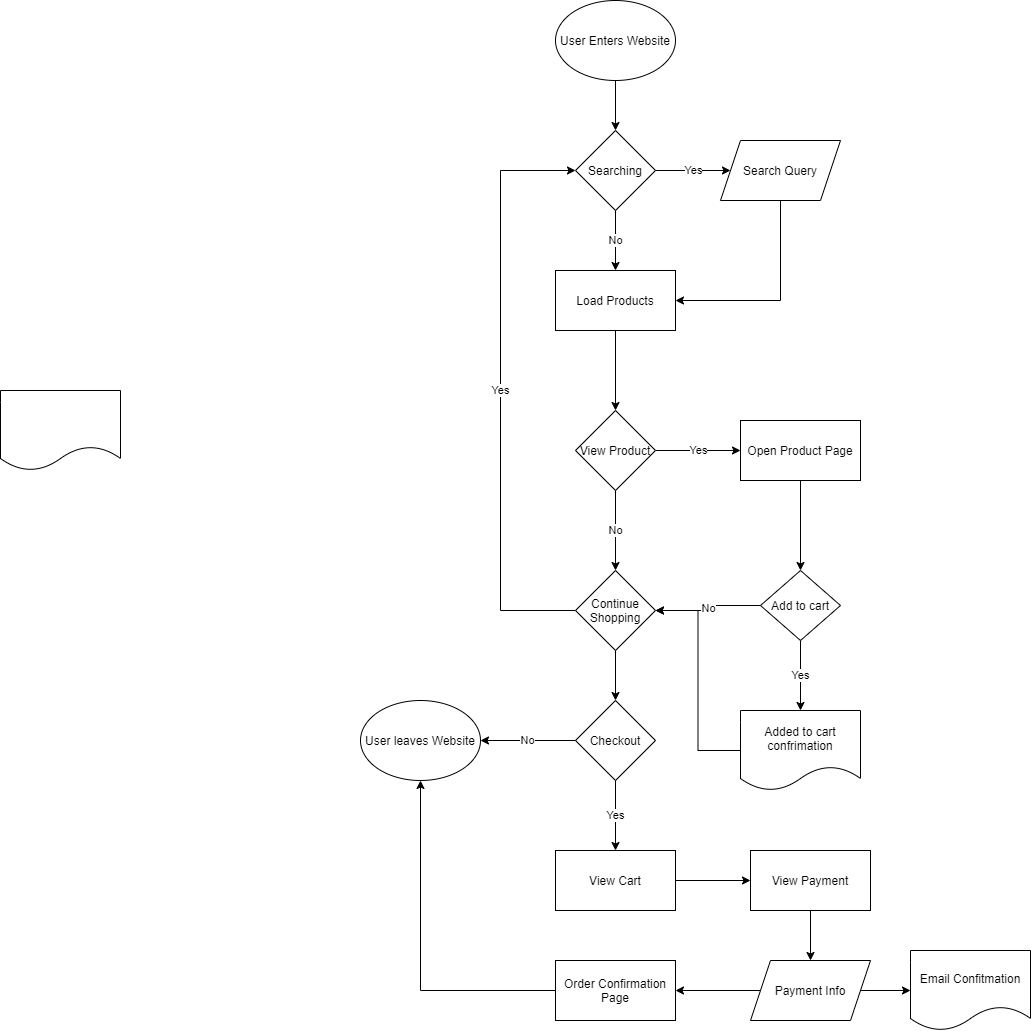
This is explore/diagramming/diagram.drawio.png from WanderingVagrant/fa21-cse110-lab4, a draw.io export, as it was before one commit. Source tidied: cells renumbered, new cells last; positions are measured from the earlier drawing's top-left corner, leaving out a move shared by most shapes. Its diagram source:
```xml
<mxGraphModel>
  <root>
    <mxCell id="0" />
    <mxCell id="1" parent="0" />
    <mxCell id="2" style="edgeStyle=orthogonalEdgeStyle;rounded=0;jettySize=auto;html=1;exitX=0.5;exitY=1;exitDx=0;exitDy=0;entryX=0.5;entryY=0;entryDx=0;entryDy=0;" parent="1" edge="1" source="3" target="6">
      <mxGeometry relative="1" as="geometry" />
    </mxCell>
    <mxCell id="3" value="User Enters Website" style="ellipse;whiteSpace=wrap;html=1;" parent="1" vertex="1">
      <mxGeometry x="555" width="120" height="80" as="geometry" />
    </mxCell>
    <mxCell id="4" value="Yes" style="edgeStyle=orthogonalEdgeStyle;rounded=0;jettySize=auto;html=1;exitX=1;exitY=0.5;exitDx=0;exitDy=0;entryX=0;entryY=0.5;entryDx=0;entryDy=0;" parent="1" edge="1" source="6" target="8">
      <mxGeometry relative="1" as="geometry" />
    </mxCell>
    <mxCell id="5" value="No" style="edgeStyle=orthogonalEdgeStyle;rounded=0;jettySize=auto;html=1;exitX=0.5;exitY=1;exitDx=0;exitDy=0;entryX=0.5;entryY=0;entryDx=0;entryDy=0;" parent="1" edge="1" source="6" target="13">
      <mxGeometry relative="1" as="geometry" />
    </mxCell>
    <mxCell id="6" value="Searching" style="rhombus;whiteSpace=wrap;html=1;" parent="1" vertex="1">
      <mxGeometry x="575" y="130" width="80" height="80" as="geometry" />
    </mxCell>
    <mxCell id="7" style="edgeStyle=orthogonalEdgeStyle;rounded=0;jettySize=auto;html=1;exitX=0.5;exitY=1;exitDx=0;exitDy=0;entryX=1;entryY=0.5;entryDx=0;entryDy=0;" parent="1" edge="1" source="8" target="13">
      <mxGeometry relative="1" as="geometry" />
    </mxCell>
    <mxCell id="8" value="Search Query" style="shape=parallelogram;perimeter=parallelogramPerimeter;whiteSpace=wrap;html=1;fixedSize=1;" parent="1" vertex="1">
      <mxGeometry x="720" y="140" width="120" height="60" as="geometry" />
    </mxCell>
    <mxCell id="9" value="No" style="edgeStyle=orthogonalEdgeStyle;rounded=0;jettySize=auto;html=1;exitX=0.5;exitY=1;exitDx=0;exitDy=0;entryX=0.5;entryY=0;entryDx=0;entryDy=0;" parent="1" edge="1" source="11" target="17">
      <mxGeometry relative="1" as="geometry" />
    </mxCell>
    <mxCell id="10" value="Yes" style="edgeStyle=orthogonalEdgeStyle;rounded=0;jettySize=auto;html=1;exitX=1;exitY=0.5;exitDx=0;exitDy=0;entryX=0;entryY=0.5;entryDx=0;entryDy=0;" parent="1" edge="1" source="11" target="19">
      <mxGeometry relative="1" as="geometry" />
    </mxCell>
    <mxCell id="11" value="View Product" style="rhombus;whiteSpace=wrap;html=1;" parent="1" vertex="1">
      <mxGeometry x="575" y="410" width="80" height="80" as="geometry" />
    </mxCell>
    <mxCell id="12" style="edgeStyle=orthogonalEdgeStyle;rounded=0;jettySize=auto;html=1;exitX=0.5;exitY=1;exitDx=0;exitDy=0;entryX=0.5;entryY=0;entryDx=0;entryDy=0;" parent="1" edge="1" source="13" target="11">
      <mxGeometry relative="1" as="geometry" />
    </mxCell>
    <mxCell id="13" value="Load Products" style="rounded=0;whiteSpace=wrap;html=1;" parent="1" vertex="1">
      <mxGeometry x="555" y="270" width="120" height="60" as="geometry" />
    </mxCell>
    <mxCell id="14" style="shape=document;whiteSpace=wrap;html=1;boundedLbl=1;" parent="1" vertex="1">
      <mxGeometry y="390" width="120" height="80" as="geometry" />
    </mxCell>
    <mxCell id="15" value="Yes" style="edgeStyle=orthogonalEdgeStyle;rounded=0;jettySize=auto;html=1;exitX=0;exitY=0.5;exitDx=0;exitDy=0;entryX=0;entryY=0.5;entryDx=0;entryDy=0;" parent="1" edge="1" source="17" target="6">
      <mxGeometry relative="1" as="geometry">
        <Array as="points">
          <mxPoint x="500" y="610" />
          <mxPoint x="500" y="170" />
        </Array>
      </mxGeometry>
    </mxCell>
    <mxCell id="16" style="edgeStyle=orthogonalEdgeStyle;rounded=0;jettySize=auto;html=1;exitX=0.5;exitY=1;exitDx=0;exitDy=0;" parent="1" edge="1" source="17" target="27">
      <mxGeometry relative="1" as="geometry" />
    </mxCell>
    <mxCell id="17" value="Continue Shopping" style="rhombus;whiteSpace=wrap;html=1;" parent="1" vertex="1">
      <mxGeometry x="575" y="570" width="80" height="80" as="geometry" />
    </mxCell>
    <mxCell id="18" style="edgeStyle=orthogonalEdgeStyle;rounded=0;jettySize=auto;html=1;entryX=0.5;entryY=0;entryDx=0;entryDy=0;" parent="1" edge="1" source="19" target="22">
      <mxGeometry relative="1" as="geometry" />
    </mxCell>
    <mxCell id="19" value="Open Product Page" style="rounded=0;whiteSpace=wrap;html=1;" parent="1" vertex="1">
      <mxGeometry x="740" y="420" width="120" height="60" as="geometry" />
    </mxCell>
    <mxCell id="20" value="No" style="edgeStyle=orthogonalEdgeStyle;rounded=0;jettySize=auto;html=1;exitX=0;exitY=0.5;exitDx=0;exitDy=0;entryX=1;entryY=0.5;entryDx=0;entryDy=0;" parent="1" edge="1" source="22" target="17">
      <mxGeometry relative="1" as="geometry" />
    </mxCell>
    <mxCell id="21" value="Yes" style="edgeStyle=orthogonalEdgeStyle;rounded=0;jettySize=auto;html=1;" parent="1" edge="1" source="22" target="24">
      <mxGeometry relative="1" as="geometry" />
    </mxCell>
    <mxCell id="22" value="Add to cart" style="rhombus;whiteSpace=wrap;html=1;" parent="1" vertex="1">
      <mxGeometry x="760" y="570" width="80" height="70" as="geometry" />
    </mxCell>
    <mxCell id="23" style="edgeStyle=orthogonalEdgeStyle;rounded=0;jettySize=auto;html=1;entryX=1;entryY=0.5;entryDx=0;entryDy=0;" parent="1" edge="1" source="24" target="17">
      <mxGeometry relative="1" as="geometry" />
    </mxCell>
    <mxCell id="24" value="Added to cart confrimation" style="shape=document;whiteSpace=wrap;html=1;boundedLbl=1;" parent="1" vertex="1">
      <mxGeometry x="740" y="710" width="120" height="80" as="geometry" />
    </mxCell>
    <mxCell id="25" value="No" style="edgeStyle=orthogonalEdgeStyle;rounded=0;jettySize=auto;html=1;exitX=0;exitY=0.5;exitDx=0;exitDy=0;" parent="1" edge="1" source="27" target="28">
      <mxGeometry relative="1" as="geometry" />
    </mxCell>
    <mxCell id="26" value="Yes" style="edgeStyle=orthogonalEdgeStyle;rounded=0;jettySize=auto;html=1;" parent="1" edge="1" source="27" target="30">
      <mxGeometry relative="1" as="geometry" />
    </mxCell>
    <mxCell id="27" value="Checkout" style="rhombus;whiteSpace=wrap;html=1;" parent="1" vertex="1">
      <mxGeometry x="575" y="700" width="80" height="80" as="geometry" />
    </mxCell>
    <mxCell id="28" value="User leaves Website" style="ellipse;whiteSpace=wrap;html=1;" parent="1" vertex="1">
      <mxGeometry x="360" y="700" width="120" height="80" as="geometry" />
    </mxCell>
    <mxCell id="29" style="edgeStyle=orthogonalEdgeStyle;rounded=0;jettySize=auto;html=1;entryX=0;entryY=0.5;entryDx=0;entryDy=0;" parent="1" edge="1" source="30" target="32">
      <mxGeometry relative="1" as="geometry" />
    </mxCell>
    <mxCell id="30" value="View Cart" style="rounded=0;whiteSpace=wrap;html=1;" parent="1" vertex="1">
      <mxGeometry x="555" y="850" width="120" height="60" as="geometry" />
    </mxCell>
    <mxCell id="31" style="edgeStyle=orthogonalEdgeStyle;rounded=0;jettySize=auto;html=1;" parent="1" edge="1" source="32" target="35">
      <mxGeometry relative="1" as="geometry" />
    </mxCell>
    <mxCell id="32" value="View Payment" style="rounded=0;whiteSpace=wrap;html=1;" parent="1" vertex="1">
      <mxGeometry x="750" y="850" width="120" height="60" as="geometry" />
    </mxCell>
    <mxCell id="33" style="edgeStyle=orthogonalEdgeStyle;rounded=0;jettySize=auto;html=1;exitX=0;exitY=0.5;exitDx=0;exitDy=0;entryX=1;entryY=0.5;entryDx=0;entryDy=0;" parent="1" edge="1" source="35" target="37">
      <mxGeometry relative="1" as="geometry" />
    </mxCell>
    <mxCell id="34" style="edgeStyle=orthogonalEdgeStyle;rounded=0;jettySize=auto;html=1;exitX=1;exitY=0.5;exitDx=0;exitDy=0;entryX=0;entryY=0.5;entryDx=0;entryDy=0;" parent="1" edge="1" source="35" target="38">
      <mxGeometry relative="1" as="geometry" />
    </mxCell>
    <mxCell id="35" value="Payment Info" style="shape=parallelogram;perimeter=parallelogramPerimeter;whiteSpace=wrap;html=1;fixedSize=1;" parent="1" vertex="1">
      <mxGeometry x="750" y="960" width="120" height="60" as="geometry" />
    </mxCell>
    <mxCell id="36" style="edgeStyle=orthogonalEdgeStyle;rounded=0;jettySize=auto;html=1;exitX=0;exitY=0.5;exitDx=0;exitDy=0;entryX=0.5;entryY=1;entryDx=0;entryDy=0;" parent="1" edge="1" source="37" target="28">
      <mxGeometry relative="1" as="geometry" />
    </mxCell>
    <mxCell id="37" value="Order Confirmation Page" style="rounded=0;whiteSpace=wrap;html=1;" parent="1" vertex="1">
      <mxGeometry x="555" y="960" width="120" height="60" as="geometry" />
    </mxCell>
    <mxCell id="38" value="Email Confitmation" style="shape=document;whiteSpace=wrap;html=1;boundedLbl=1;" parent="1" vertex="1">
      <mxGeometry x="910" y="950" width="120" height="80" as="geometry" />
    </mxCell>
  </root>
</mxGraphModel>
```
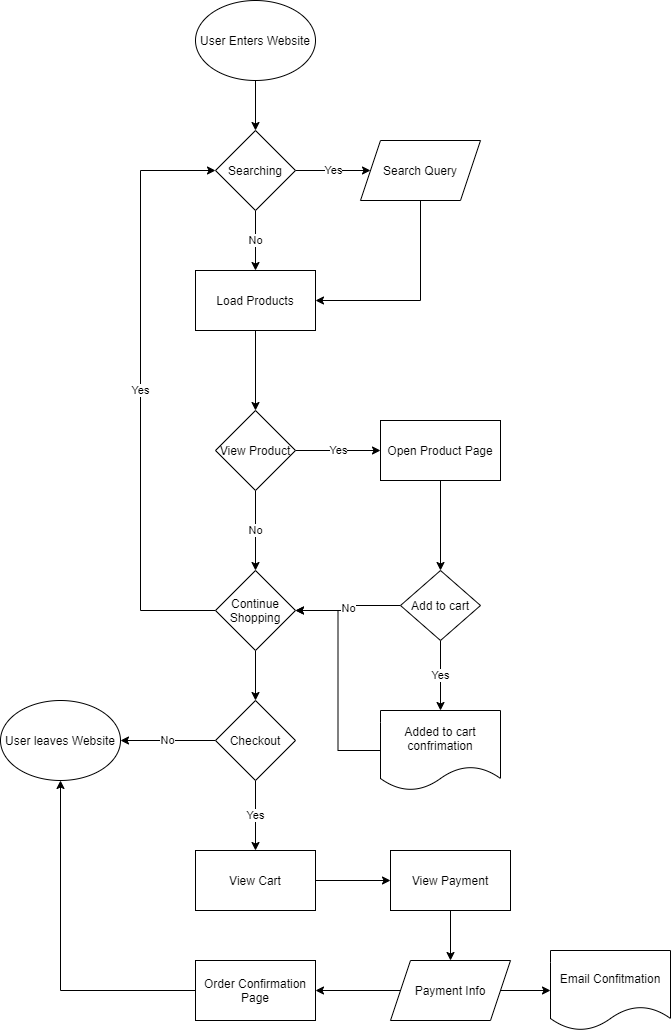
Later version of the same file.

The edit, as a diff of the source:
```diff
@@ -38,9 +38,6 @@
     <mxCell id="13" value="Load Products" style="rounded=0;whiteSpace=wrap;html=1;" parent="1" vertex="1">
       <mxGeometry x="555" y="270" width="120" height="60" as="geometry" />
     </mxCell>
-    <mxCell id="14" style="shape=document;whiteSpace=wrap;html=1;boundedLbl=1;" parent="1" vertex="1">
-      <mxGeometry y="390" width="120" height="80" as="geometry" />
-    </mxCell>
     <mxCell id="15" value="Yes" style="edgeStyle=orthogonalEdgeStyle;rounded=0;jettySize=auto;html=1;exitX=0;exitY=0.5;exitDx=0;exitDy=0;entryX=0;entryY=0.5;entryDx=0;entryDy=0;" parent="1" edge="1" source="17" target="6">
       <mxGeometry relative="1" as="geometry">
         <Array as="points">
```
